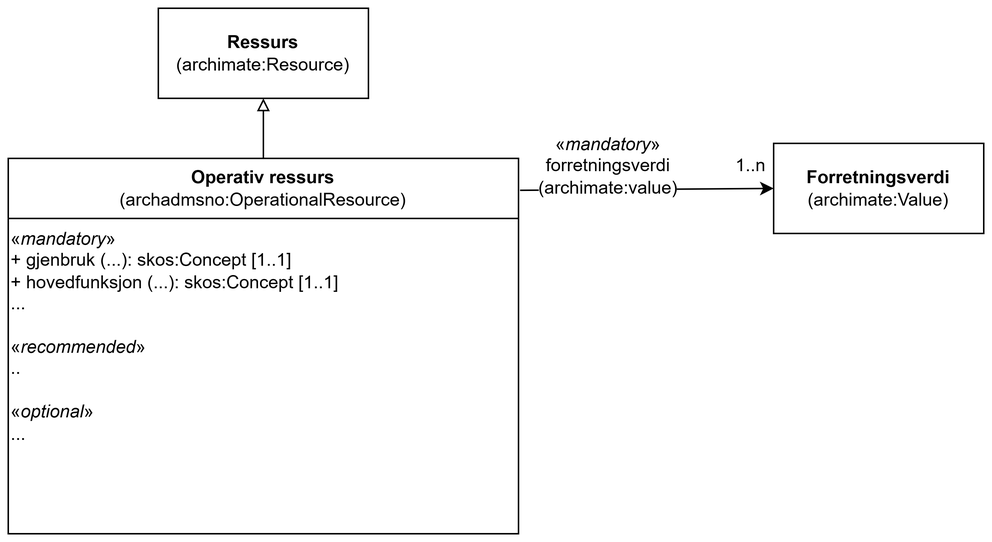
Earlier version of the draw.io export archadms-ap-no/docs/images/KlassenOperationalResource.png (jimjyang/playground). Source tidied: cells renumbered, new cells last; positions are measured from the earlier drawing's top-left corner, leaving out a move shared by most shapes.
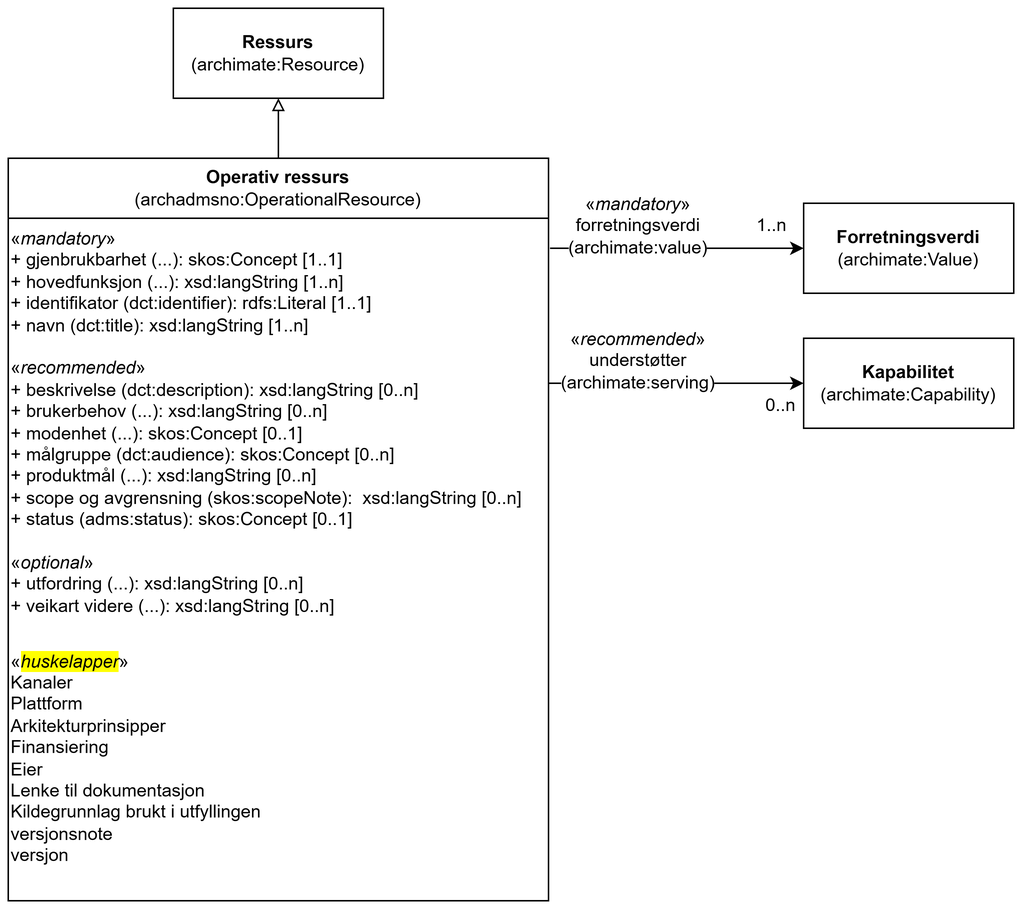
Later version of the same file.

Diff of the diagram source:
```diff
@@ -3,28 +3,47 @@
     <mxCell id="0" />
     <mxCell id="1" parent="0" />
     <mxCell id="2" value="&lt;div&gt;Operativ ressurs&lt;/div&gt;&lt;div&gt;&lt;span style=&quot;font-weight: normal;&quot;&gt;(archadmsno:OperationalResource)&lt;/span&gt;&lt;/div&gt;" style="swimlane;whiteSpace=wrap;html=1;startSize=40;" parent="1" vertex="1">
-      <mxGeometry y="100" width="340" height="250" as="geometry" />
+      <mxGeometry x="-20" y="100" width="360" height="495" as="geometry" />
     </mxCell>
-    <mxCell id="3" value="&lt;div&gt;«&lt;i&gt;mandatory&lt;/i&gt;»&lt;/div&gt;&lt;div&gt;+ gjenbruk (...): skos:Concept [1..1]&lt;/div&gt;&lt;div&gt;+ hovedfunksjon (...): skos:Concept&amp;nbsp;&lt;span style=&quot;background-color: transparent; color: light-dark(rgb(0, 0, 0), rgb(255, 255, 255));&quot;&gt;[1..1]&lt;/span&gt;&lt;/div&gt;&lt;div&gt;&lt;span style=&quot;background-color: transparent; color: light-dark(rgb(0, 0, 0), rgb(255, 255, 255));&quot;&gt;...&lt;/span&gt;&lt;/div&gt;&lt;div&gt;&lt;br&gt;&lt;/div&gt;&lt;div&gt;«&lt;i&gt;recommended&lt;/i&gt;»&lt;/div&gt;&lt;div&gt;&lt;span style=&quot;background-color: transparent; color: light-dark(rgb(0, 0, 0), rgb(255, 255, 255));&quot;&gt;..&lt;/span&gt;&lt;/div&gt;&lt;div&gt;&lt;br&gt;&lt;/div&gt;&lt;div&gt;«&lt;i&gt;optional&lt;/i&gt;»&lt;/div&gt;&lt;div&gt;&lt;span style=&quot;background-color: transparent; color: light-dark(rgb(0, 0, 0), rgb(255, 255, 255));&quot;&gt;...&lt;/span&gt;&lt;/div&gt;" style="text;html=1;whiteSpace=wrap;strokeColor=none;fillColor=none;align=left;verticalAlign=top;rounded=0;" parent="2" vertex="1">
-      <mxGeometry y="40" width="320" height="130" as="geometry" />
+    <mxCell id="3" value="&lt;div&gt;«&lt;i&gt;mandatory&lt;/i&gt;»&lt;/div&gt;&lt;div&gt;+ gjenbrukbarhet (...): skos:Concept [1..1]&lt;/div&gt;&lt;div&gt;+ hovedfunksjon (...):&amp;nbsp;&lt;span style=&quot;background-color: transparent; color: light-dark(rgb(0, 0, 0), rgb(255, 255, 255));&quot;&gt;xsd:langString [1..n]&lt;/span&gt;&lt;/div&gt;&lt;div&gt;+&amp;nbsp;identifikator&amp;nbsp;(dct:identifier): rdfs:Literal [1..1]&lt;/div&gt;&lt;div&gt;+ navn (dct:title): xsd:langString [1..n]&lt;/div&gt;&lt;div&gt;&lt;br&gt;&lt;/div&gt;&lt;div&gt;«&lt;i&gt;recommended&lt;/i&gt;»&lt;/div&gt;&lt;div&gt;+ beskrivelse (dct:description):&amp;nbsp;&lt;span style=&quot;background-color: transparent; color: light-dark(rgb(0, 0, 0), rgb(255, 255, 255));&quot;&gt;xsd:langString [0..n]&lt;/span&gt;&lt;/div&gt;&lt;div&gt;&lt;span style=&quot;background-color: transparent; color: light-dark(rgb(0, 0, 0), rgb(255, 255, 255));&quot;&gt;+ brukerbehov (...):&amp;nbsp;&lt;/span&gt;&lt;span style=&quot;background-color: transparent; color: light-dark(rgb(0, 0, 0), rgb(255, 255, 255));&quot;&gt;xsd:langString [0..n]&lt;/span&gt;&lt;/div&gt;&lt;div&gt;+ modenhet (...): skos:Concept [0..1]&lt;/div&gt;&lt;div&gt;+ målgruppe (dct:audience): skos:Concept [0..n]&lt;/div&gt;&lt;div&gt;+ produktmål (...):&amp;nbsp;&lt;span style=&quot;background-color: transparent; color: light-dark(rgb(0, 0, 0), rgb(255, 255, 255));&quot;&gt;xsd:langString [0..n]&lt;/span&gt;&lt;/div&gt;&lt;div&gt;&lt;span style=&quot;background-color: transparent; color: light-dark(rgb(0, 0, 0), rgb(255, 255, 255));&quot;&gt;+ scope og avgrensning (skos:scopeNote):&amp;nbsp;&lt;/span&gt;&lt;span style=&quot;background-color: transparent; color: light-dark(rgb(0, 0, 0), rgb(255, 255, 255));&quot;&gt;&amp;nbsp;&lt;/span&gt;&lt;span style=&quot;background-color: transparent; color: light-dark(rgb(0, 0, 0), rgb(255, 255, 255));&quot;&gt;xsd:langString [0..n]&lt;/span&gt;&lt;/div&gt;&lt;div&gt;&lt;span style=&quot;background-color: transparent; color: light-dark(rgb(0, 0, 0), rgb(255, 255, 255));&quot;&gt;+ status (adms:status): skos:Concept [0..1]&lt;/span&gt;&lt;/div&gt;&lt;div&gt;&lt;br&gt;&lt;/div&gt;&lt;div&gt;«&lt;i&gt;optional&lt;/i&gt;»&lt;/div&gt;&lt;div&gt;+ utfordring (...): &lt;span style=&quot;background-color: transparent; color: light-dark(rgb(0, 0, 0), rgb(255, 255, 255));&quot;&gt;xsd:langString [0..n]&lt;/span&gt;&lt;/div&gt;&lt;div&gt;+ veikart videre (...):&amp;nbsp;&lt;span style=&quot;background-color: transparent; color: light-dark(rgb(0, 0, 0), rgb(255, 255, 255));&quot;&gt;xsd:langString [0..n]&lt;/span&gt;&lt;/div&gt;" style="text;html=1;whiteSpace=wrap;strokeColor=none;fillColor=none;align=left;verticalAlign=top;rounded=0;" parent="2" vertex="1">
+      <mxGeometry y="40" width="350" height="280" as="geometry" />
     </mxCell>
+    <mxCell id="10" value="«&lt;i style=&quot;background-color: rgb(255, 255, 0);&quot;&gt;huskelapper&lt;/i&gt;»&lt;div&gt;Kanaler&lt;div&gt;Plattform&lt;/div&gt;&lt;div&gt;Arkitekturprinsipper&lt;/div&gt;&lt;div&gt;Finansiering&lt;/div&gt;&lt;div&gt;Eier&lt;/div&gt;&lt;div&gt;Lenke til dokumentasjon&lt;/div&gt;&lt;div&gt;Kildegrunnlag brukt i utfyllingen&lt;/div&gt;&lt;div&gt;versjonsnote&lt;/div&gt;&lt;div&gt;versjon&lt;/div&gt;&lt;/div&gt;" style="text;html=1;whiteSpace=wrap;strokeColor=none;fillColor=none;align=left;verticalAlign=middle;rounded=0;" parent="2" vertex="1">
+      <mxGeometry y="320" width="250" height="160" as="geometry" />
+    </mxCell>
     <mxCell id="4" style="endArrow=block;html=1;rounded=0;entryX=0.5;entryY=1;entryDx=0;entryDy=0;exitX=0.5;exitY=0;exitDx=0;exitDy=0;endFill=0;" parent="1" edge="1" source="2" target="5">
       <mxGeometry relative="1" as="geometry" />
     </mxCell>
     <mxCell id="5" value="&lt;b&gt;Ressurs&lt;/b&gt;&lt;div&gt;(archimate:Resource)&lt;/div&gt;" style="rounded=0;whiteSpace=wrap;html=1;" parent="1" vertex="1">
-      <mxGeometry x="100" width="140" height="60" as="geometry" />
+      <mxGeometry x="90" width="140" height="60" as="geometry" />
     </mxCell>
     <mxCell id="6" value="&lt;b&gt;Forretningsverdi&lt;/b&gt;&lt;div&gt;(archimate:Value)&lt;/div&gt;" style="rounded=0;whiteSpace=wrap;html=1;" parent="1" vertex="1">
-      <mxGeometry x="510" y="90" width="140" height="60" as="geometry" />
+      <mxGeometry x="510" y="130" width="140" height="60" as="geometry" />
     </mxCell>
-    <mxCell id="7" style="endArrow=classic;html=1;rounded=0;entryX=0;entryY=0.5;entryDx=0;entryDy=0;exitX=1.003;exitY=0.085;exitDx=0;exitDy=0;exitPerimeter=0;" parent="1" edge="1" source="2" target="6">
-      <mxGeometry relative="1" as="geometry" />
+    <mxCell id="7" style="endArrow=classic;html=1;rounded=0;entryX=0;entryY=0.5;entryDx=0;entryDy=0;" parent="1" edge="1" target="6">
+      <mxGeometry relative="1" as="geometry">
+        <mxPoint x="341" y="160" as="sourcePoint" />
+      </mxGeometry>
     </mxCell>
     <mxCell id="8" value="&lt;span style=&quot;background-color: light-dark(#ffffff, var(--ge-dark-color, #121212));&quot;&gt;&lt;span style=&quot;text-align: left;&quot;&gt;«&lt;/span&gt;&lt;i style=&quot;text-align: left;&quot;&gt;mandatory&lt;/i&gt;&lt;span style=&quot;text-align: left;&quot;&gt;»&lt;/span&gt;&lt;/span&gt;&lt;div&gt;&lt;span style=&quot;text-align: left; background-color: light-dark(#ffffff, var(--ge-dark-color, #121212));&quot;&gt;forretningsverdi (archimate:value)&lt;/span&gt;&lt;/div&gt;" style="text;html=1;whiteSpace=wrap;strokeColor=none;fillColor=none;align=center;verticalAlign=middle;rounded=0;" parent="1" vertex="1">
-      <mxGeometry x="360" y="90" width="80" height="30" as="geometry" />
+      <mxGeometry x="360" y="130" width="80" height="30" as="geometry" />
     </mxCell>
-    <mxCell id="9" value="1..n" style="text;html=1;whiteSpace=wrap;strokeColor=none;fillColor=none;align=center;verticalAlign=middle;rounded=0;" parent="1" vertex="1">
-      <mxGeometry x="480" y="90" width="30" height="30" as="geometry" />
+    <mxCell id="9" value="&lt;span style=&quot;background-color: light-dark(#ffffff, var(--ge-dark-color, #121212));&quot;&gt;1..n&lt;/span&gt;" style="text;html=1;whiteSpace=wrap;strokeColor=none;fillColor=none;align=center;verticalAlign=middle;rounded=0;" parent="1" vertex="1">
+      <mxGeometry x="474" y="130" width="30" height="30" as="geometry" />
     </mxCell>
+    <mxCell id="11" value="&lt;b&gt;Kapabilitet&lt;/b&gt;&lt;div&gt;(archimate:Capability)&lt;/div&gt;" style="rounded=0;whiteSpace=wrap;html=1;" parent="1" vertex="1">
+      <mxGeometry x="510" y="220" width="140" height="60" as="geometry" />
+    </mxCell>
+    <mxCell id="12" style="endArrow=classic;html=1;rounded=0;entryX=0;entryY=0.5;entryDx=0;entryDy=0;" parent="1" edge="1" target="11">
+      <mxGeometry relative="1" as="geometry">
+        <mxPoint x="340" y="250" as="sourcePoint" />
+      </mxGeometry>
+    </mxCell>
+    <mxCell id="13" value="&lt;span style=&quot;background-color: light-dark(#ffffff, var(--ge-dark-color, #121212));&quot;&gt;&lt;span style=&quot;text-align: left;&quot;&gt;«&lt;/span&gt;&lt;i style=&quot;text-align: left;&quot;&gt;recommended&lt;/i&gt;&lt;span style=&quot;text-align: left;&quot;&gt;»&lt;/span&gt;&lt;/span&gt;&lt;div&gt;&lt;span style=&quot;text-align: left; background-color: light-dark(#ffffff, var(--ge-dark-color, #121212));&quot;&gt;understøtter (archimate:serving)&lt;/span&gt;&lt;/div&gt;" style="text;html=1;whiteSpace=wrap;strokeColor=none;fillColor=none;align=center;verticalAlign=middle;rounded=0;" parent="1" vertex="1">
+      <mxGeometry x="360" y="220" width="80" height="30" as="geometry" />
+    </mxCell>
+    <mxCell id="14" value="0..n" style="text;html=1;whiteSpace=wrap;strokeColor=none;fillColor=none;align=center;verticalAlign=middle;rounded=0;" parent="1" vertex="1">
+      <mxGeometry x="480" y="250" width="30" height="30" as="geometry" />
+    </mxCell>
   </root>
 </mxGraphModel>
```
